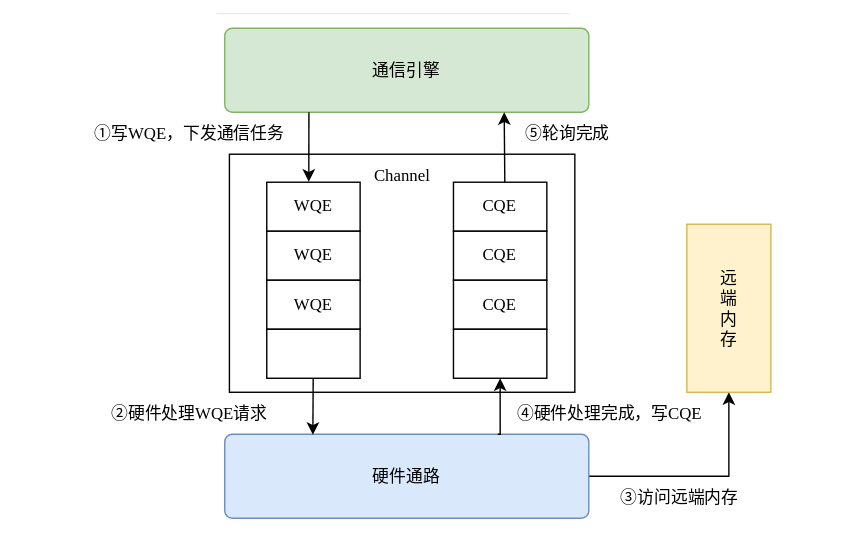
This is docs/zh/programming_model/figures/src/task_exec_model.svg from Atlas-Ascend-Fork/asc-comm, a draw.io export, as it was before one commit. Source tidied: cells renumbered, new cells last; positions are measured from the earlier drawing's top-left corner, leaving out a move shared by most shapes.
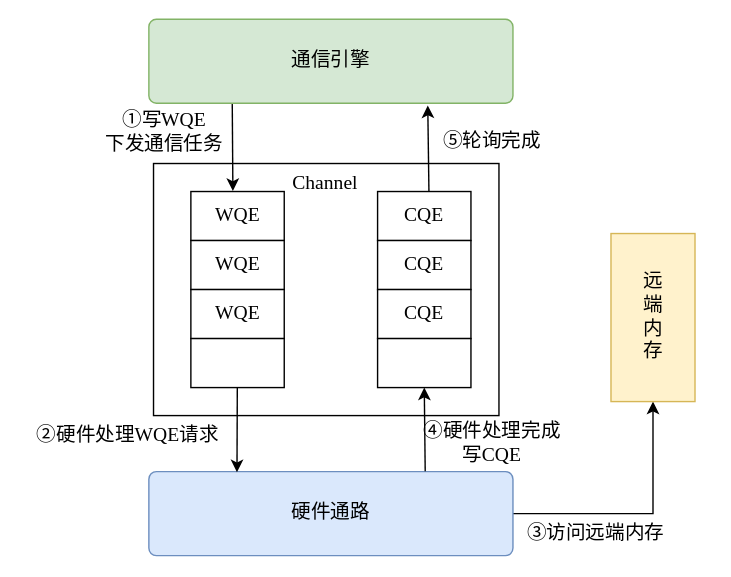
After the commit.

What changed in the source:
```diff
@@ -2,187 +2,84 @@
   <root>
     <mxCell id="0" />
     <mxCell id="1" parent="0" />
-    <mxCell id="2" style="rounded=0;whiteSpace=wrap;html=1;fillColor=#ffffff;strokeColor=#ffffff;fontFamily=方正兰亭黑简体;" parent="1" vertex="1">
-      <mxGeometry y="-0.4" width="600" height="370" as="geometry" />
-    </mxCell>
-    <mxCell id="3" style="endArrow=classic;html=1;rounded=0;strokeColor=#000000;fontFamily=方正兰亭黑简体;entryX=0.5;entryY=1;entryDx=0;entryDy=0;" parent="1" edge="1" target="17">
-      <mxGeometry relative="1" as="geometry">
-        <mxPoint x="410" y="329.6" as="sourcePoint" />
-        <Array as="points">
-          <mxPoint x="510" y="329.6" />
-        </Array>
-      </mxGeometry>
-    </mxCell>
-    <mxCell id="4" value="硬件通路" style="rounded=1;arcSize=9;whiteSpace=wrap;html=1;fillColor=#dae8fc;strokeColor=#6c8ebf;fontFamily=方正兰亭黑简体;" parent="1" vertex="1">
-      <mxGeometry x="150" y="299.6" width="260" height="60" as="geometry" />
-    </mxCell>
-    <mxCell id="5" value="通信引擎" style="rounded=1;arcSize=9;whiteSpace=wrap;html=1;fillColor=#d5e8d4;strokeColor=#82b366;fontFamily=方正兰亭黑简体;" parent="1" vertex="1">
-      <mxGeometry x="150" y="9.6" width="260" height="60" as="geometry" />
-    </mxCell>
-    <mxCell id="6" style="group;fontFamily=方正兰亭黑简体;" parent="1" vertex="1">
-      <mxGeometry y="-0.4" as="geometry" />
-    </mxCell>
-    <mxCell id="7" style="rounded=0;whiteSpace=wrap;html=1;fillColor=#ffffff;strokeColor=#000000;fontFamily=方正兰亭黑简体;" parent="6" vertex="1">
-      <mxGeometry x="153.3" y="100" width="246.7" height="170" as="geometry" />
-    </mxCell>
-    <mxCell id="8" value="WQE" style="rounded=0;whiteSpace=wrap;html=1;fillColor=#ffffff;strokeColor=#000000;fontFamily=方正兰亭黑简体;" parent="6" vertex="1">
-      <mxGeometry x="180" y="120" width="66.7" height="35" as="geometry" />
-    </mxCell>
-    <mxCell id="9" value="WQE" style="rounded=0;whiteSpace=wrap;html=1;fillColor=#ffffff;strokeColor=#000000;fontFamily=方正兰亭黑简体;" parent="6" vertex="1">
-      <mxGeometry x="180" y="155" width="66.7" height="35" as="geometry" />
-    </mxCell>
-    <mxCell id="10" value="WQE" style="rounded=0;whiteSpace=wrap;html=1;fillColor=#ffffff;strokeColor=#000000;fontFamily=方正兰亭黑简体;" parent="6" vertex="1">
-      <mxGeometry x="180" y="190" width="66.7" height="35" as="geometry" />
-    </mxCell>
-    <mxCell id="11" style="rounded=0;whiteSpace=wrap;html=1;fillColor=#ffffff;strokeColor=#000000;fontFamily=方正兰亭黑简体;" parent="6" vertex="1">
-      <mxGeometry x="180" y="225" width="66.7" height="35" as="geometry" />
-    </mxCell>
-    <mxCell id="12" value="CQE" style="rounded=0;whiteSpace=wrap;html=1;fillColor=#ffffff;strokeColor=#000000;fontFamily=方正兰亭黑简体;" parent="6" vertex="1">
-      <mxGeometry x="313.3" y="120" width="66.7" height="35" as="geometry" />
-    </mxCell>
-    <mxCell id="13" value="CQE" style="rounded=0;whiteSpace=wrap;html=1;fillColor=#ffffff;strokeColor=#000000;fontFamily=方正兰亭黑简体;" parent="6" vertex="1">
-      <mxGeometry x="313.3" y="155" width="66.7" height="35" as="geometry" />
-    </mxCell>
-    <mxCell id="14" value="CQE" style="rounded=0;whiteSpace=wrap;html=1;fillColor=#ffffff;strokeColor=#000000;fontFamily=方正兰亭黑简体;" parent="6" vertex="1">
-      <mxGeometry x="313.3" y="190" width="66.7" height="35" as="geometry" />
-    </mxCell>
-    <mxCell id="15" style="rounded=0;whiteSpace=wrap;html=1;fillColor=#ffffff;strokeColor=#000000;fontFamily=方正兰亭黑简体;" parent="6" vertex="1">
-      <mxGeometry x="313.3" y="225" width="66.7" height="35" as="geometry" />
-    </mxCell>
-    <mxCell id="16" style="endArrow=classic;html=1;rounded=0;strokeColor=#000000;fontFamily=方正兰亭黑简体;entryX=0.242;entryY=0.007;entryDx=0;entryDy=0;entryPerimeter=0;" parent="6" edge="1" target="4">
-      <mxGeometry relative="1" as="geometry">
-        <mxPoint x="213.2" y="260" as="sourcePoint" />
-      </mxGeometry>
-    </mxCell>
-    <mxCell id="17" value="远&lt;br&gt;端&lt;br&gt;内&lt;br&gt;存" style="rounded=0;whiteSpace=wrap;html=1;fillColor=#fff2cc;strokeColor=#d6b656;fontFamily=方正兰亭黑简体;" parent="1" vertex="1">
-      <mxGeometry x="480" y="149.6" width="60" height="120" as="geometry" />
-    </mxCell>
-    <mxCell id="18" value="①写WQE，下发通信任务" style="text;html=1;strokeColor=none;fillColor=none;align=center;verticalAlign=middle;whiteSpace=wrap;fontFamily=方正兰亭黑简体;" parent="1" vertex="1">
-      <mxGeometry x="50" y="69.6" width="150" height="30" as="geometry" />
-    </mxCell>
-    <mxCell id="19" value="②硬件处理WQE请求" style="text;html=1;strokeColor=none;fillColor=none;align=center;verticalAlign=middle;whiteSpace=wrap;fontFamily=方正兰亭黑简体;" parent="1" vertex="1">
-      <mxGeometry x="50" y="269.6" width="150" height="30" as="geometry" />
-    </mxCell>
-    <mxCell id="20" value="③访问远端内存" style="text;html=1;strokeColor=none;fillColor=none;align=center;verticalAlign=middle;whiteSpace=wrap;fontFamily=方正兰亭黑简体;" parent="1" vertex="1">
-      <mxGeometry x="400" y="329.6" width="150" height="30" as="geometry" />
-    </mxCell>
-    <mxCell id="21" value="④硬件处理完成，写CQE" style="text;html=1;strokeColor=none;fillColor=none;align=center;verticalAlign=middle;whiteSpace=wrap;fontFamily=方正兰亭黑简体;" parent="1" vertex="1">
-      <mxGeometry x="350" y="269.6" width="150" height="30" as="geometry" />
-    </mxCell>
-    <mxCell id="22" value="⑤轮询完成" style="text;html=1;strokeColor=none;fillColor=none;align=center;verticalAlign=middle;whiteSpace=wrap;fontFamily=方正兰亭黑简体;" parent="1" vertex="1">
-      <mxGeometry x="320" y="69.6" width="150" height="30" as="geometry" />
-    </mxCell>
-    <mxCell id="23" style="endArrow=classic;html=1;rounded=0;strokeColor=#000000;fontFamily=方正兰亭黑简体;entryX=0.197;entryY=0;entryDx=0;entryDy=0;entryPerimeter=0;" parent="1" edge="1" target="22">
-      <mxGeometry relative="1" as="geometry">
-        <mxPoint x="350" y="119.6" as="sourcePoint" />
-      </mxGeometry>
-    </mxCell>
-    <mxCell id="24" style="endArrow=classic;html=1;rounded=0;strokeColor=#000000;fontFamily=方正兰亭黑简体;entryX=0.5;entryY=1;entryDx=0;entryDy=0;" parent="1" edge="1" target="15">
-      <mxGeometry relative="1" as="geometry">
-        <mxPoint x="345" y="299.6" as="sourcePoint" />
-        <Array as="points">
-          <mxPoint x="346.7" y="299.6" />
-        </Array>
-      </mxGeometry>
-    </mxCell>
-    <mxCell id="25" style="endArrow=classic;html=1;rounded=0;strokeColor=#000000;fontFamily=方正兰亭黑简体;entryX=0.45;entryY=-0.011;entryDx=0;entryDy=0;entryPerimeter=0;" parent="1" edge="1" target="8">
-      <mxGeometry relative="1" as="geometry">
-        <mxPoint x="210.1" y="69.6" as="sourcePoint" />
-      </mxGeometry>
-    </mxCell>
-    <mxCell id="26" value="Channel" style="text;html=1;strokeColor=none;fillColor=none;align=center;verticalAlign=middle;whiteSpace=wrap;fontFamily=方正兰亭黑简体;" parent="1" vertex="1">
-      <mxGeometry x="246.7" y="99.6" width="60" height="30" as="geometry" />
-    </mxCell>
-    <mxCell id="27" style="rounded=0;whiteSpace=wrap;html=1;fillColor=#ffffff;strokeColor=#ffffff;fontFamily=方正兰亭黑简体;" parent="1" vertex="1">
-      <mxGeometry x="10" y="9.6" width="600" height="370" as="geometry" />
-    </mxCell>
-    <mxCell id="28" style="endArrow=classic;html=1;rounded=0;strokeColor=#000000;fontFamily=方正兰亭黑简体;entryX=0.5;entryY=1;entryDx=0;entryDy=0;" parent="1" edge="1" target="42">
-      <mxGeometry relative="1" as="geometry">
-        <mxPoint x="420" y="339.6" as="sourcePoint" />
-        <Array as="points">
-          <mxPoint x="520" y="339.6" />
-        </Array>
-      </mxGeometry>
-    </mxCell>
-    <mxCell id="29" value="硬件通路" style="rounded=1;arcSize=9;whiteSpace=wrap;html=1;fillColor=#dae8fc;strokeColor=#6c8ebf;fontFamily=方正兰亭黑简体;" parent="1" vertex="1">
-      <mxGeometry x="160" y="309.6" width="260" height="60" as="geometry" />
-    </mxCell>
-    <mxCell id="30" value="通信引擎" style="rounded=1;arcSize=9;whiteSpace=wrap;html=1;fillColor=#d5e8d4;strokeColor=#82b366;fontFamily=方正兰亭黑简体;" parent="1" vertex="1">
-      <mxGeometry x="160" y="19.6" width="260" height="60" as="geometry" />
-    </mxCell>
-    <mxCell id="31" style="group;fontFamily=方正兰亭黑简体;" parent="1" vertex="1">
-      <mxGeometry x="10" y="9.6" as="geometry" />
-    </mxCell>
-    <mxCell id="32" style="rounded=0;whiteSpace=wrap;html=1;fillColor=#ffffff;strokeColor=#000000;fontFamily=方正兰亭黑简体;" parent="31" vertex="1">
-      <mxGeometry x="153.3" y="100" width="246.7" height="170" as="geometry" />
-    </mxCell>
-    <mxCell id="33" value="WQE" style="rounded=0;whiteSpace=wrap;html=1;fillColor=#ffffff;strokeColor=#000000;fontFamily=方正兰亭黑简体;" parent="31" vertex="1">
-      <mxGeometry x="180" y="120" width="66.7" height="35" as="geometry" />
-    </mxCell>
-    <mxCell id="34" value="WQE" style="rounded=0;whiteSpace=wrap;html=1;fillColor=#ffffff;strokeColor=#000000;fontFamily=方正兰亭黑简体;" parent="31" vertex="1">
-      <mxGeometry x="180" y="155" width="66.7" height="35" as="geometry" />
-    </mxCell>
-    <mxCell id="35" value="WQE" style="rounded=0;whiteSpace=wrap;html=1;fillColor=#ffffff;strokeColor=#000000;fontFamily=方正兰亭黑简体;" parent="31" vertex="1">
-      <mxGeometry x="180" y="190" width="66.7" height="35" as="geometry" />
-    </mxCell>
-    <mxCell id="36" style="rounded=0;whiteSpace=wrap;html=1;fillColor=#ffffff;strokeColor=#000000;fontFamily=方正兰亭黑简体;" parent="31" vertex="1">
-      <mxGeometry x="180" y="225" width="66.7" height="35" as="geometry" />
-    </mxCell>
-    <mxCell id="37" value="CQE" style="rounded=0;whiteSpace=wrap;html=1;fillColor=#ffffff;strokeColor=#000000;fontFamily=方正兰亭黑简体;" parent="31" vertex="1">
-      <mxGeometry x="313.3" y="120" width="66.7" height="35" as="geometry" />
-    </mxCell>
-    <mxCell id="38" value="CQE" style="rounded=0;whiteSpace=wrap;html=1;fillColor=#ffffff;strokeColor=#000000;fontFamily=方正兰亭黑简体;" parent="31" vertex="1">
-      <mxGeometry x="313.3" y="155" width="66.7" height="35" as="geometry" />
-    </mxCell>
-    <mxCell id="39" value="CQE" style="rounded=0;whiteSpace=wrap;html=1;fillColor=#ffffff;strokeColor=#000000;fontFamily=方正兰亭黑简体;" parent="31" vertex="1">
-      <mxGeometry x="313.3" y="190" width="66.7" height="35" as="geometry" />
-    </mxCell>
-    <mxCell id="40" style="rounded=0;whiteSpace=wrap;html=1;fillColor=#ffffff;strokeColor=#000000;fontFamily=方正兰亭黑简体;" parent="31" vertex="1">
-      <mxGeometry x="313.3" y="225" width="66.7" height="35" as="geometry" />
-    </mxCell>
-    <mxCell id="41" style="endArrow=classic;html=1;rounded=0;strokeColor=#000000;fontFamily=方正兰亭黑简体;entryX=0.242;entryY=0.007;entryDx=0;entryDy=0;entryPerimeter=0;" parent="31" edge="1" target="29">
-      <mxGeometry relative="1" as="geometry">
-        <mxPoint x="213.2" y="260" as="sourcePoint" />
-      </mxGeometry>
-    </mxCell>
-    <mxCell id="42" value="远&lt;br&gt;端&lt;br&gt;内&lt;br&gt;存" style="rounded=0;whiteSpace=wrap;html=1;fillColor=#fff2cc;strokeColor=#d6b656;fontFamily=方正兰亭黑简体;" parent="1" vertex="1">
-      <mxGeometry x="490" y="159.6" width="60" height="120" as="geometry" />
-    </mxCell>
-    <mxCell id="43" value="①写WQE，下发通信任务" style="text;html=1;strokeColor=none;fillColor=none;align=center;verticalAlign=middle;whiteSpace=wrap;fontFamily=方正兰亭黑简体;" parent="1" vertex="1">
-      <mxGeometry x="60" y="79.6" width="150" height="30" as="geometry" />
-    </mxCell>
-    <mxCell id="44" value="②硬件处理WQE请求" style="text;html=1;strokeColor=none;fillColor=none;align=center;verticalAlign=middle;whiteSpace=wrap;fontFamily=方正兰亭黑简体;" parent="1" vertex="1">
-      <mxGeometry x="60" y="279.6" width="150" height="30" as="geometry" />
-    </mxCell>
-    <mxCell id="45" value="③访问远端内存" style="text;html=1;strokeColor=none;fillColor=none;align=center;verticalAlign=middle;whiteSpace=wrap;fontFamily=方正兰亭黑简体;" parent="1" vertex="1">
-      <mxGeometry x="410" y="339.6" width="150" height="30" as="geometry" />
-    </mxCell>
-    <mxCell id="46" value="④硬件处理完成，写CQE" style="text;html=1;strokeColor=none;fillColor=none;align=center;verticalAlign=middle;whiteSpace=wrap;fontFamily=方正兰亭黑简体;" parent="1" vertex="1">
-      <mxGeometry x="360" y="279.6" width="150" height="30" as="geometry" />
-    </mxCell>
-    <mxCell id="47" value="⑤轮询完成" style="text;html=1;strokeColor=none;fillColor=none;align=center;verticalAlign=middle;whiteSpace=wrap;fontFamily=方正兰亭黑简体;" parent="1" vertex="1">
-      <mxGeometry x="330" y="79.6" width="150" height="30" as="geometry" />
-    </mxCell>
-    <mxCell id="48" style="endArrow=classic;html=1;rounded=0;strokeColor=#000000;fontFamily=方正兰亭黑简体;entryX=0.197;entryY=0;entryDx=0;entryDy=0;entryPerimeter=0;" parent="1" edge="1" target="47">
-      <mxGeometry relative="1" as="geometry">
-        <mxPoint x="360" y="129.6" as="sourcePoint" />
-      </mxGeometry>
-    </mxCell>
-    <mxCell id="49" style="endArrow=classic;html=1;rounded=0;strokeColor=#000000;fontFamily=方正兰亭黑简体;entryX=0.5;entryY=1;entryDx=0;entryDy=0;" parent="1" edge="1" target="40">
-      <mxGeometry relative="1" as="geometry">
-        <mxPoint x="355" y="309.6" as="sourcePoint" />
-        <Array as="points">
-          <mxPoint x="356.7" y="309.6" />
-        </Array>
-      </mxGeometry>
-    </mxCell>
-    <mxCell id="50" style="endArrow=classic;html=1;rounded=0;strokeColor=#000000;fontFamily=方正兰亭黑简体;entryX=0.45;entryY=-0.011;entryDx=0;entryDy=0;entryPerimeter=0;" parent="1" edge="1" target="33">
-      <mxGeometry relative="1" as="geometry">
-        <mxPoint x="220.1" y="79.6" as="sourcePoint" />
-      </mxGeometry>
-    </mxCell>
-    <mxCell id="51" value="Channel" style="text;html=1;strokeColor=none;fillColor=none;align=center;verticalAlign=middle;whiteSpace=wrap;fontFamily=方正兰亭黑简体;" parent="1" vertex="1">
-      <mxGeometry x="256.7" y="109.6" width="60" height="30" as="geometry" />
-    </mxCell>
+    <mxCell id="52" style="rounded=0;whiteSpace=wrap;html=1;fillColor=#ffffff;strokeColor=#ffffff;fontFamily=方正兰亭黑简体;fontSize=14;" parent="1" vertex="1">
+      <mxGeometry x="-1536" y="-1006" width="520" height="410" as="geometry" />
+    </mxCell>
+    <mxCell id="53" style="endArrow=classic;html=1;rounded=0;strokeColor=#000000;fontFamily=方正兰亭黑简体;entryX=0.5;entryY=1;entryDx=0;entryDy=0;fontSize=14;edgeStyle=orthogonalEdgeStyle;exitX=1;exitY=0.5;exitDx=0;exitDy=0;" parent="1" edge="1" source="54" target="66">
+      <mxGeometry relative="1" as="geometry" />
+    </mxCell>
+    <mxCell id="54" value="硬件通路" style="rounded=1;arcSize=9;whiteSpace=wrap;html=1;fillColor=#dae8fc;strokeColor=#6c8ebf;fontFamily=方正兰亭黑简体;fontSize=14;" parent="1" vertex="1">
+      <mxGeometry x="-1430" y="-669.5" width="260" height="60" as="geometry" />
+    </mxCell>
+    <mxCell id="55" style="group;fontFamily=方正兰亭黑简体;fontSize=14;" parent="1" vertex="1">
+      <mxGeometry x="-1470" y="-949.5" width="290" height="240" as="geometry" />
+    </mxCell>
+    <mxCell id="56" style="rounded=0;whiteSpace=wrap;html=1;fillColor=#ffffff;strokeColor=#000000;fontFamily=方正兰亭黑简体;fontSize=14;" parent="55" vertex="1">
+      <mxGeometry x="43.3" y="60" width="246.7" height="180" as="geometry" />
+    </mxCell>
+    <mxCell id="57" value="WQE" style="rounded=0;whiteSpace=wrap;html=1;fillColor=#ffffff;strokeColor=#000000;fontFamily=方正兰亭黑简体;fontSize=14;" parent="55" vertex="1">
+      <mxGeometry x="70" y="80" width="66.7" height="35" as="geometry" />
+    </mxCell>
+    <mxCell id="58" value="WQE" style="rounded=0;whiteSpace=wrap;html=1;fillColor=#ffffff;strokeColor=#000000;fontFamily=方正兰亭黑简体;fontSize=14;" parent="55" vertex="1">
+      <mxGeometry x="70" y="115" width="66.7" height="35" as="geometry" />
+    </mxCell>
+    <mxCell id="59" value="WQE" style="rounded=0;whiteSpace=wrap;html=1;fillColor=#ffffff;strokeColor=#000000;fontFamily=方正兰亭黑简体;fontSize=14;" parent="55" vertex="1">
+      <mxGeometry x="70" y="150" width="66.7" height="35" as="geometry" />
+    </mxCell>
+    <mxCell id="60" style="rounded=0;whiteSpace=wrap;html=1;fillColor=#ffffff;strokeColor=#000000;fontFamily=方正兰亭黑简体;fontSize=14;" parent="55" vertex="1">
+      <mxGeometry x="70" y="185" width="66.7" height="35" as="geometry" />
+    </mxCell>
+    <mxCell id="61" value="CQE" style="rounded=0;whiteSpace=wrap;html=1;fillColor=#ffffff;strokeColor=#000000;fontFamily=方正兰亭黑简体;fontSize=14;" parent="55" vertex="1">
+      <mxGeometry x="203.3" y="80" width="66.7" height="35" as="geometry" />
+    </mxCell>
+    <mxCell id="62" value="CQE" style="rounded=0;whiteSpace=wrap;html=1;fillColor=#ffffff;strokeColor=#000000;fontFamily=方正兰亭黑简体;fontSize=14;" parent="55" vertex="1">
+      <mxGeometry x="203.3" y="115" width="66.7" height="35" as="geometry" />
+    </mxCell>
+    <mxCell id="63" value="CQE" style="rounded=0;whiteSpace=wrap;html=1;fillColor=#ffffff;strokeColor=#000000;fontFamily=方正兰亭黑简体;fontSize=14;" parent="55" vertex="1">
+      <mxGeometry x="203.3" y="150" width="66.7" height="35" as="geometry" />
+    </mxCell>
+    <mxCell id="64" style="rounded=0;whiteSpace=wrap;html=1;fillColor=#ffffff;strokeColor=#000000;fontFamily=方正兰亭黑简体;fontSize=14;" parent="55" vertex="1">
+      <mxGeometry x="203.3" y="185" width="66.7" height="35" as="geometry" />
+    </mxCell>
+    <mxCell id="65" style="endArrow=classic;html=1;rounded=0;strokeColor=#000000;fontFamily=方正兰亭黑简体;entryX=0.242;entryY=0.007;entryDx=0;entryDy=0;entryPerimeter=0;fontSize=14;" parent="55" edge="1" target="54">
+      <mxGeometry relative="1" as="geometry">
+        <mxPoint x="103.2" y="220" as="sourcePoint" />
+      </mxGeometry>
+    </mxCell>
+    <mxCell id="66" value="远&lt;br&gt;端&lt;br&gt;内&lt;br&gt;存" style="rounded=0;whiteSpace=wrap;html=1;fillColor=#fff2cc;strokeColor=#d6b656;fontFamily=方正兰亭黑简体;fontSize=14;" parent="1" vertex="1">
+      <mxGeometry x="-1100" y="-839.5" width="60" height="120" as="geometry" />
+    </mxCell>
+    <mxCell id="67" value="①写WQE&lt;div&gt;下发通信任务&lt;/div&gt;" style="text;html=1;strokeColor=none;fillColor=none;align=center;verticalAlign=middle;whiteSpace=wrap;fontFamily=方正兰亭黑简体;fontSize=14;" parent="1" vertex="1">
+      <mxGeometry x="-1503.3" y="-926.5" width="170" height="30" as="geometry" />
+    </mxCell>
+    <mxCell id="68" value="②硬件处理WQE请求" style="text;html=1;strokeColor=none;fillColor=none;align=center;verticalAlign=middle;whiteSpace=wrap;fontFamily=方正兰亭黑简体;fontSize=14;" parent="1" vertex="1">
+      <mxGeometry x="-1520" y="-709.5" width="150" height="30" as="geometry" />
+    </mxCell>
+    <mxCell id="69" value="③访问远端内存" style="text;html=1;strokeColor=none;fillColor=none;align=center;verticalAlign=middle;whiteSpace=wrap;fontFamily=方正兰亭黑简体;fontSize=14;" parent="1" vertex="1">
+      <mxGeometry x="-1186" y="-639.5" width="150" height="30" as="geometry" />
+    </mxCell>
+    <mxCell id="70" value="④硬件处理完成&lt;div&gt;写CQE&lt;/div&gt;" style="text;html=1;strokeColor=none;fillColor=none;align=center;verticalAlign=middle;whiteSpace=wrap;fontFamily=方正兰亭黑简体;fontSize=14;" parent="1" vertex="1">
+      <mxGeometry x="-1270" y="-704.5" width="170" height="30" as="geometry" />
+    </mxCell>
+    <mxCell id="71" value="⑤轮询完成" style="text;html=1;strokeColor=none;fillColor=none;align=center;verticalAlign=middle;whiteSpace=wrap;fontFamily=方正兰亭黑简体;fontSize=14;" parent="1" vertex="1">
+      <mxGeometry x="-1260" y="-919.5" width="150" height="30" as="geometry" />
+    </mxCell>
+    <mxCell id="72" style="endArrow=classic;html=1;rounded=0;strokeColor=#000000;fontFamily=方正兰亭黑简体;entryX=0.766;entryY=1.025;entryDx=0;entryDy=0;entryPerimeter=0;fontSize=14;" parent="1" edge="1" target="76">
+      <mxGeometry relative="1" as="geometry">
+        <mxPoint x="-1230" y="-869.5" as="sourcePoint" />
+      </mxGeometry>
+    </mxCell>
+    <mxCell id="73" style="endArrow=classic;html=1;rounded=0;strokeColor=#000000;fontFamily=方正兰亭黑简体;entryX=0.5;entryY=1;entryDx=0;entryDy=0;fontSize=14;exitX=0.759;exitY=-0.003;exitDx=0;exitDy=0;exitPerimeter=0;" parent="1" edge="1" source="54" target="64">
+      <mxGeometry relative="1" as="geometry" />
+    </mxCell>
+    <mxCell id="74" style="endArrow=classic;html=1;rounded=0;strokeColor=#000000;fontFamily=方正兰亭黑简体;entryX=0.45;entryY=-0.011;entryDx=0;entryDy=0;entryPerimeter=0;fontSize=14;exitX=0.229;exitY=0.969;exitDx=0;exitDy=0;exitPerimeter=0;" parent="1" edge="1" source="76" target="57">
+      <mxGeometry relative="1" as="geometry" />
+    </mxCell>
+    <mxCell id="75" value="Channel" style="text;html=1;strokeColor=none;fillColor=none;align=center;verticalAlign=middle;whiteSpace=wrap;fontFamily=方正兰亭黑简体;fontSize=14;" parent="1" vertex="1">
+      <mxGeometry x="-1333.3" y="-889.5" width="60" height="30" as="geometry" />
+    </mxCell>
+    <mxCell id="76" value="通信引擎" style="rounded=1;arcSize=9;whiteSpace=wrap;html=1;fillColor=#d5e8d4;strokeColor=#82b366;fontFamily=方正兰亭黑简体;fontSize=14;" parent="1" vertex="1">
+      <mxGeometry x="-1430" y="-992.5" width="260" height="60" as="geometry" />
+    </mxCell>
   </root>
 </mxGraphModel>
```
